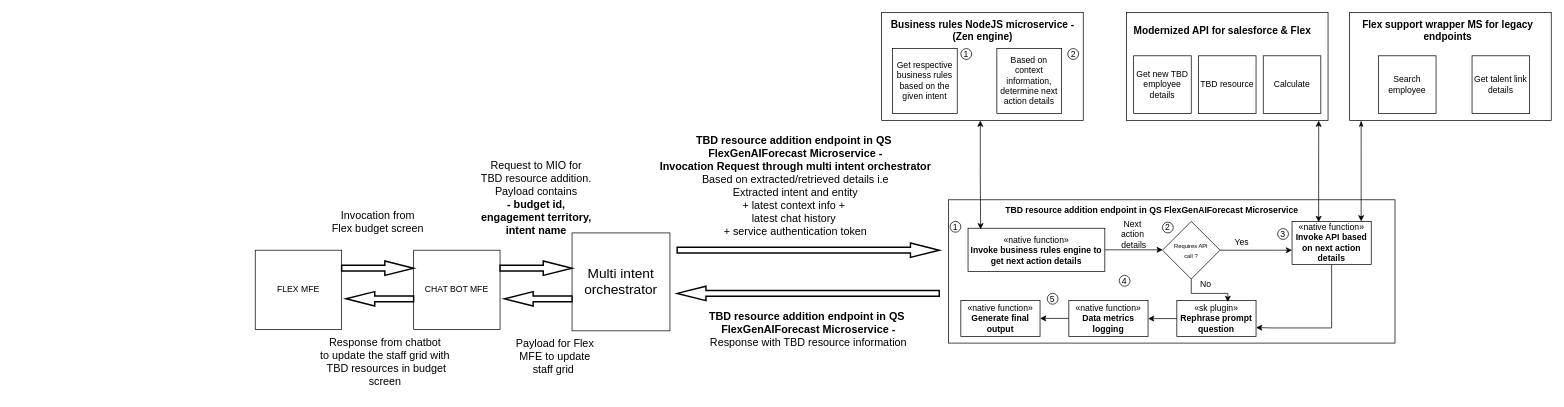
This is ahld.drawio from sampath-E1005112/drawio-images, a draw.io file, before an edit. Source tidied: cells renumbered, new cells numbered last; positions are measured from the earlier drawing's top-left corner, leaving out a move shared by most shapes. Both pictures are drawn from the tidied source at 72%, with x=0, y=0 at pixel (255, 12).
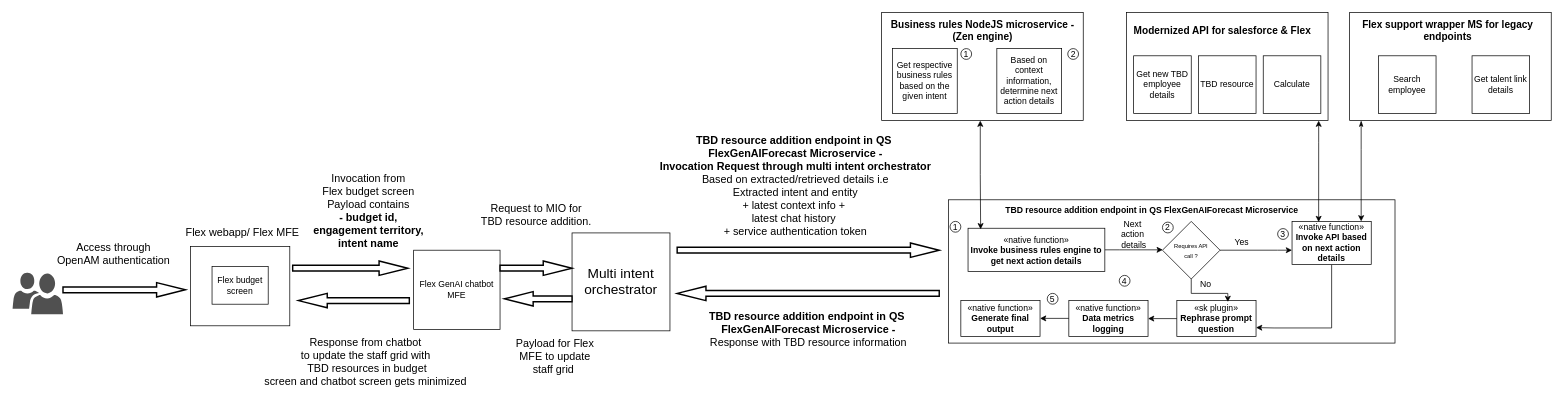
Above is the later version.

The edit, as a diff of the source:
```diff
@@
-    <mxCell id="47" value="CHAT BOT MFE" style="rounded=0;whiteSpace=wrap;html=1;" parent="1" vertex="1">
+    <mxCell id="47" value="Flex GenAI chatbot MFE" style="rounded=0;whiteSpace=wrap;html=1;" parent="1" vertex="1">
       <mxGeometry x="220" y="330" width="120" height="110" as="geometry" />
     </mxCell>
@@
-    <mxCell id="50" value="FLEX MFE" style="rounded=0;whiteSpace=wrap;html=1;" parent="1" vertex="1">
-      <mxGeometry y="330" width="120" height="110" as="geometry" />
-    </mxCell>
     <mxCell id="51" style="verticalLabelPosition=bottom;verticalAlign=top;html=1;strokeWidth=2;shape=mxgraph.arrows2.arrow;dy=0.6;dx=40;notch=0;" parent="1" vertex="1">
-      <mxGeometry x="120" y="345" width="100" height="20" as="geometry" />
+      <mxGeometry x="52" y="345" width="160" height="20" as="geometry" />
     </mxCell>
     <mxCell id="52" style="verticalLabelPosition=bottom;verticalAlign=top;html=1;strokeWidth=2;shape=mxgraph.arrows2.arrow;dy=0.6;dx=40;notch=0;rotation=-180;" parent="1" vertex="1">
-      <mxGeometry x="126" y="387.5" width="94" height="20" as="geometry" />
+      <mxGeometry x="60" y="390" width="154" height="20" as="geometry" />
     </mxCell>
-    <mxCell id="53" value="&lt;span style=&quot;font-size: 15px;&quot;&gt;Response from chatbot &lt;br&gt;to update the staff grid with&lt;br&gt;&amp;nbsp;TBD resources&amp;nbsp;&lt;/span&gt;&lt;span style=&quot;font-size: 15px;&quot;&gt;in budget &lt;br&gt;screen&lt;/span&gt;&lt;span style=&quot;font-size: 15px;&quot;&gt;&lt;/span&gt;" style="text;html=1;align=center;verticalAlign=middle;strokeColor=none;fillColor=none;" parent="1" vertex="1">
-      <mxGeometry x="80" y="440" width="200" height="90" as="geometry" />
+    <mxCell id="53" value="&lt;span style=&quot;font-size: 15px;&quot;&gt;Response from chatbot &lt;br&gt;to update the staff grid with&lt;br&gt;&amp;nbsp;TBD resources&amp;nbsp;&lt;/span&gt;&lt;span style=&quot;font-size: 15px;&quot;&gt;in budget &lt;br&gt;screen and chatbot screen gets minimized&lt;/span&gt;" style="text;html=1;align=center;verticalAlign=middle;strokeColor=none;fillColor=none;" parent="1" vertex="1">
+      <mxGeometry x="3" y="440" width="300" height="90" as="geometry" />
     </mxCell>
-    <mxCell id="54" value="&lt;span style=&quot;font-size: 15px;&quot;&gt;Invocation from &lt;br&gt;Flex budget screen&lt;/span&gt;" style="text;html=1;align=center;verticalAlign=middle;strokeColor=none;fillColor=none;" parent="1" vertex="1">
-      <mxGeometry x="95" y="265" width="150" height="50" as="geometry" />
+    <mxCell id="54" value="&lt;span style=&quot;font-size: 15px;&quot;&gt;Invocation from &lt;/span&gt;&lt;br&gt;&lt;span style=&quot;font-size: 15px;&quot;&gt;Flex budget screen&lt;/span&gt;&lt;br&gt;&lt;div style=&quot;&quot;&gt;&lt;span style=&quot;font-size: 15px;&quot;&gt;Payload contains&lt;/span&gt;&lt;/div&gt;&lt;div style=&quot;&quot;&gt;&lt;span style=&quot;font-size: 15px;&quot;&gt;&lt;b&gt;- budget id,&lt;/b&gt;&lt;/span&gt;&lt;/div&gt;&lt;div style=&quot;&quot;&gt;&lt;span style=&quot;font-size: 15px;&quot;&gt;&lt;b&gt;engagement territory,&lt;/b&gt;&lt;/span&gt;&lt;/div&gt;&lt;div style=&quot;&quot;&gt;&lt;span style=&quot;font-size: 15px;&quot;&gt;&lt;b&gt;intent name&lt;/b&gt;&lt;/span&gt;&lt;/div&gt;&lt;div style=&quot;font-size: 15px;&quot;&gt;&lt;br&gt;&lt;/div&gt;" style="text;html=1;align=center;verticalAlign=middle;strokeColor=none;fillColor=none;" parent="1" vertex="1">
+      <mxGeometry x="67" y="214" width="180" height="140" as="geometry" />
     </mxCell>
-    <mxCell id="55" value="&lt;span style=&quot;font-size: 15px;&quot;&gt;Request to MIO for &lt;br&gt;TBD resource addition.&lt;br&gt;Payload contains&lt;br&gt;&lt;b&gt;- budget id, &lt;br&gt;engagement territory, &lt;br&gt;intent name&lt;/b&gt;&lt;br&gt;&lt;br&gt;&lt;/span&gt;" style="text;html=1;align=center;verticalAlign=middle;strokeColor=none;fillColor=none;" parent="1" vertex="1">
-      <mxGeometry x="300" y="196" width="180" height="140" as="geometry" />
+    <mxCell id="55" value="&lt;span style=&quot;font-size: 15px;&quot;&gt;Request to MIO for &lt;br&gt;TBD resource addition.&lt;br&gt;&lt;br&gt;&lt;/span&gt;" style="text;html=1;align=center;verticalAlign=middle;strokeColor=none;fillColor=none;" parent="1" vertex="1">
+      <mxGeometry x="300" y="255" width="180" height="70" as="geometry" />
     </mxCell>
@@
+    <mxCell id="57" style="rounded=0;whiteSpace=wrap;html=1;" parent="1" vertex="1">
+      <mxGeometry x="-90" y="325" width="138" height="110" as="geometry" />
+    </mxCell>
+    <mxCell id="58" style="sketch=0;shadow=0;dashed=0;html=1;strokeColor=none;labelPosition=center;verticalLabelPosition=bottom;verticalAlign=top;align=center;fillColor=#505050;shape=mxgraph.mscae.intune.user_group;" parent="1" vertex="1">
+      <mxGeometry x="-337" y="361" width="70" height="58" as="geometry" />
+    </mxCell>
+    <mxCell id="59" value="&lt;span style=&quot;font-size: 15px;&quot;&gt;Flex webapp/ Flex MFE&lt;/span&gt;" style="text;html=1;align=center;verticalAlign=middle;strokeColor=none;fillColor=none;" parent="1" vertex="1">
+      <mxGeometry x="-108" y="290" width="180" height="30" as="geometry" />
+    </mxCell>
+    <mxCell id="60" style="verticalLabelPosition=bottom;verticalAlign=top;html=1;strokeWidth=2;shape=mxgraph.arrows2.arrow;dy=0.6;dx=40;notch=0;" parent="1" vertex="1">
+      <mxGeometry x="-267" y="375" width="170" height="20" as="geometry" />
+    </mxCell>
+    <mxCell id="61" value="&lt;span style=&quot;font-size: 15px;&quot;&gt;Access through &lt;br&gt;OpenAM authentication&lt;/span&gt;" style="text;html=1;align=center;verticalAlign=middle;strokeColor=none;fillColor=none;" parent="1" vertex="1">
+      <mxGeometry x="-287" y="309.5" width="180" height="50" as="geometry" />
+    </mxCell>
+    <mxCell id="62" value="Flex budget screen" style="rounded=0;whiteSpace=wrap;html=1;" parent="1" vertex="1">
+      <mxGeometry x="-60" y="352.5" width="78" height="52.5" as="geometry" />
+    </mxCell>
```
